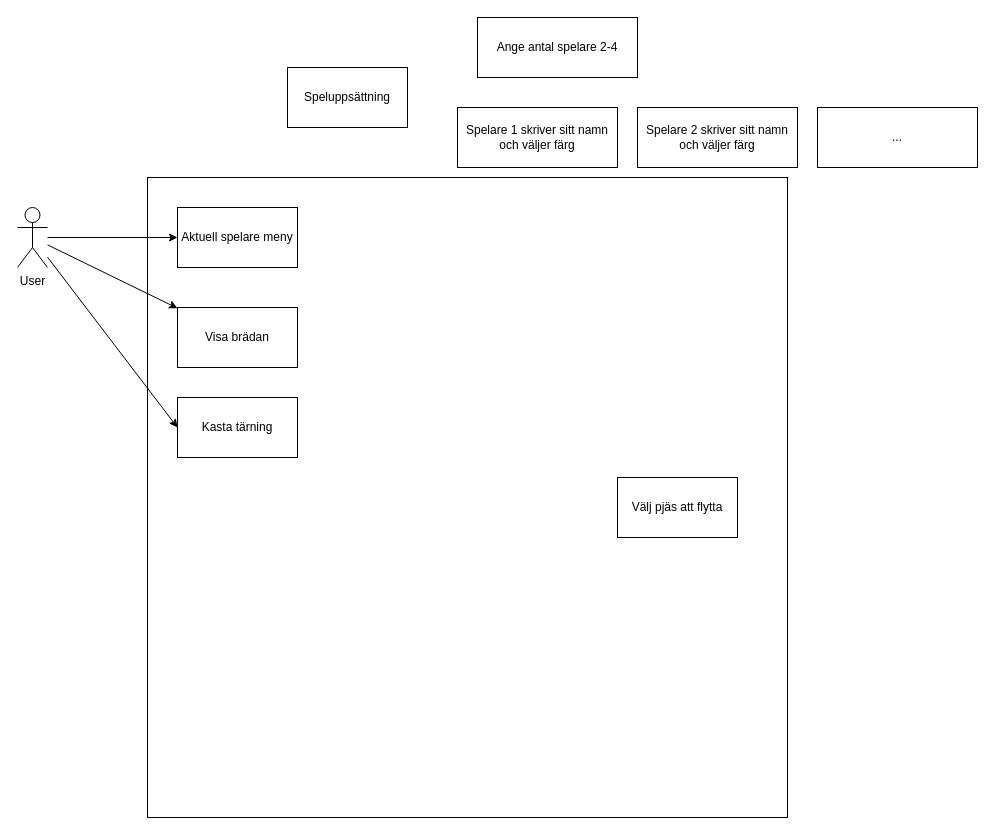
Earlier version of the draw.io diagram Documentation/UseCaseDiagram.drawio (PGVSNH20/ludo-game-ludo1). Source tidied: cells renumbered, new cells numbered last; positions are measured from the earlier drawing's top-left corner, leaving out a move shared by most shapes. Both pictures are drawn from the tidied source at 100%, with x=0, y=0 at pixel (17, 17).
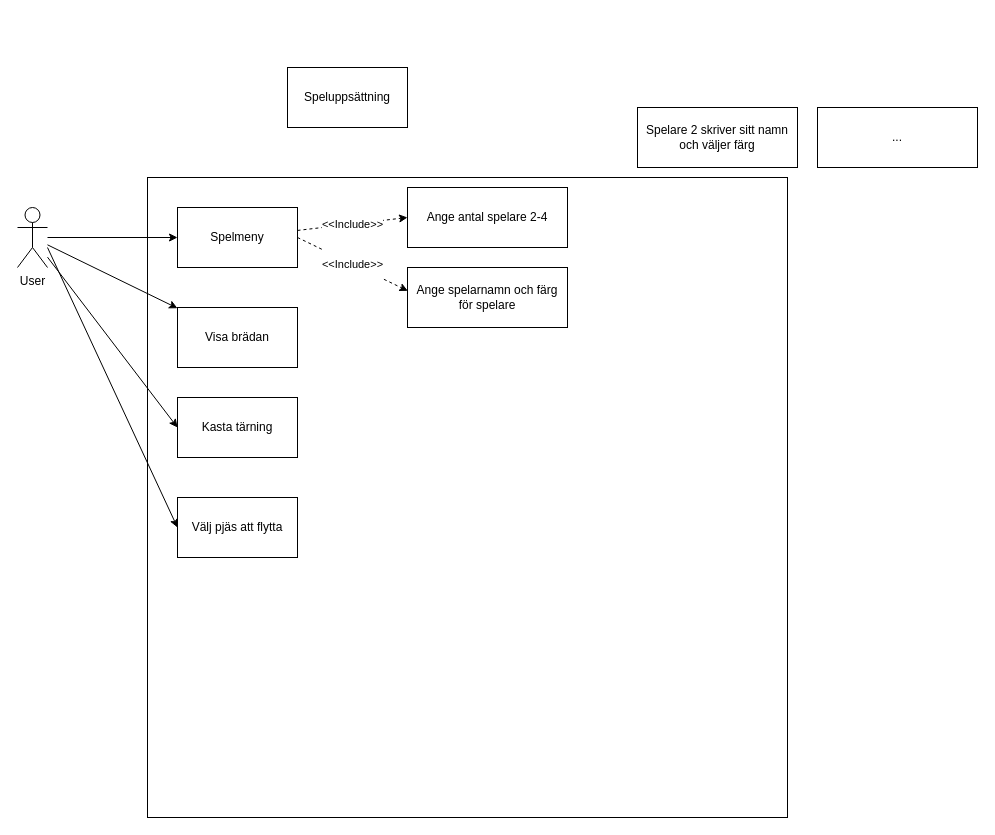
Above is the later version.

Change to the diagram source:
```diff
@@
 <mxGraphModel>
   <root>
     <mxCell id="0" />
     <mxCell id="1" parent="0" />
     <mxCell id="2" style="whiteSpace=wrap;html=1;" parent="1" vertex="1">
       <mxGeometry x="130" y="160" width="640" height="640" as="geometry" />
     </mxCell>
     <mxCell id="3" style="rounded=0;jettySize=auto;html=1;entryX=0;entryY=0.5;entryDx=0;entryDy=0;" parent="1" edge="1" source="4" target="14">
       <mxGeometry relative="1" as="geometry" />
     </mxCell>
+    <mxCell id="16" style="rounded=0;jettySize=auto;html=1;entryX=0;entryY=0.5;entryDx=0;entryDy=0;" parent="1" edge="1" target="6">
+      <mxGeometry relative="1" as="geometry">
+        <mxPoint x="30" y="230" as="sourcePoint" />
+      </mxGeometry>
+    </mxCell>
     <mxCell id="4" value="User" style="shape=umlActor;verticalLabelPosition=bottom;verticalAlign=top;html=1;outlineConnect=0;" parent="1" vertex="1">
       <mxGeometry y="190" width="30" height="60" as="geometry" />
     </mxCell>
     <mxCell id="5" style="rounded=0;jettySize=auto;html=1;" parent="1" edge="1" source="4" target="13">
       <mxGeometry relative="1" as="geometry" />
     </mxCell>
     <mxCell id="6" value="Välj pjäs att flytta" style="rounded=0;whiteSpace=wrap;html=1;" parent="1" vertex="1">
-      <mxGeometry x="600" y="460" width="120" height="60" as="geometry" />
+      <mxGeometry x="160" y="480" width="120" height="60" as="geometry" />
     </mxCell>
     <mxCell id="7" value="Speluppsättning" style="rounded=0;whiteSpace=wrap;html=1;" parent="1" vertex="1">
       <mxGeometry x="270" y="50" width="120" height="60" as="geometry" />
     </mxCell>
     <mxCell id="8" value="Ange antal spelare 2-4" style="rounded=0;whiteSpace=wrap;html=1;" parent="1" vertex="1">
-      <mxGeometry x="460" width="160" height="60" as="geometry" />
+      <mxGeometry x="390" y="170" width="160" height="60" as="geometry" />
     </mxCell>
-    <mxCell id="9" value="Spelare 1 skriver sitt namn och väljer färg" style="rounded=0;whiteSpace=wrap;html=1;" parent="1" vertex="1">
-      <mxGeometry x="440" y="90" width="160" height="60" as="geometry" />
+    <mxCell id="9" value="Ange spelarnamn och färg för spelare" style="rounded=0;whiteSpace=wrap;html=1;" parent="1" vertex="1">
+      <mxGeometry x="390" y="250" width="160" height="60" as="geometry" />
     </mxCell>
     <mxCell id="10" value="Spelare 2 skriver sitt namn och väljer färg" style="rounded=0;whiteSpace=wrap;html=1;" parent="1" vertex="1">
       <mxGeometry x="620" y="90" width="160" height="60" as="geometry" />
     </mxCell>
     <mxCell id="11" value="..." style="rounded=0;whiteSpace=wrap;html=1;" parent="1" vertex="1">
       <mxGeometry x="800" y="90" width="160" height="60" as="geometry" />
     </mxCell>
     <mxCell id="12" style="rounded=0;jettySize=auto;html=1;" parent="1" edge="1" source="4" target="15">
       <mxGeometry relative="1" as="geometry" />
     </mxCell>
+    <mxCell id="17" value="&#10;&#10;&lt;span style=&quot;color: rgb(0, 0, 0); font-family: helvetica; font-size: 11px; font-style: normal; font-weight: 400; letter-spacing: normal; text-align: center; text-indent: 0px; text-transform: none; word-spacing: 0px; background-color: rgb(255, 255, 255); display: inline; float: none;&quot;&gt;&amp;lt;&amp;lt;Include&amp;gt;&amp;gt;&lt;/span&gt;&#10;&#10;" style="edgeStyle=none;rounded=0;jettySize=auto;html=1;entryX=0.002;entryY=0.389;entryDx=0;entryDy=0;entryPerimeter=0;exitX=1;exitY=0.5;exitDx=0;exitDy=0;dashed=1;" parent="1" edge="1" source="13" target="9">
+      <mxGeometry relative="1" as="geometry" />
+    </mxCell>
+    <mxCell id="18" value="&amp;lt;&amp;lt;Include&amp;gt;&amp;gt;" style="edgeStyle=none;rounded=0;jettySize=auto;html=1;entryX=0;entryY=0.5;entryDx=0;entryDy=0;dashed=1;" parent="1" edge="1" source="13" target="8">
+      <mxGeometry relative="1" as="geometry" />
+    </mxCell>
-    <mxCell id="13" value="Aktuell spelare meny" style="rounded=0;whiteSpace=wrap;html=1;" parent="1" vertex="1">
+    <mxCell id="13" value="Spelmeny" style="rounded=0;whiteSpace=wrap;html=1;" parent="1" vertex="1">
       <mxGeometry x="160" y="190" width="120" height="60" as="geometry" />
     </mxCell>
     <mxCell id="14" value="Kasta tärning" style="rounded=0;whiteSpace=wrap;html=1;" parent="1" vertex="1">
       <mxGeometry x="160" y="380" width="120" height="60" as="geometry" />
     </mxCell>
     <mxCell id="15" value="Visa brädan" style="rounded=0;whiteSpace=wrap;html=1;" parent="1" vertex="1">
       <mxGeometry x="160" y="290" width="120" height="60" as="geometry" />
     </mxCell>
   </root>
 </mxGraphModel>
```
